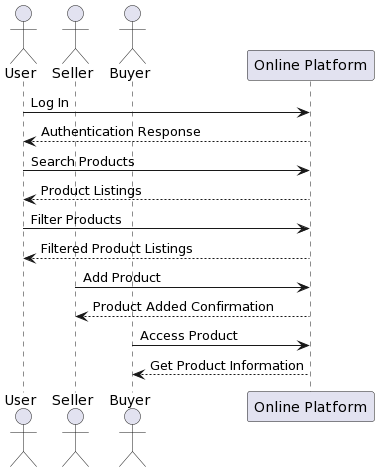
Earlier version of the PlantUML export 2nd iteration/Black box sequence diagram.png (zakariaCHOUKRI/Organic-Marketplace).
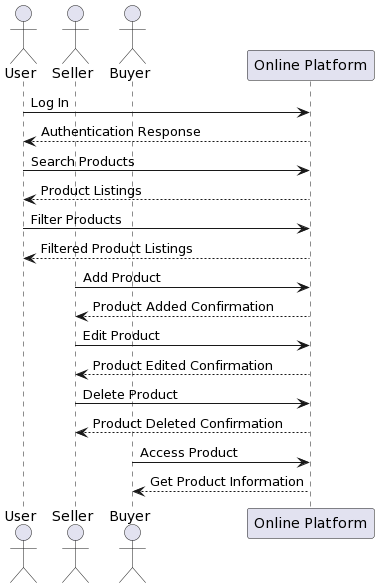
After the commit.

What changed in the source:
```diff
@@ -16,6 +16,12 @@
 Seller -> Platform: Add Product
 Platform --> Seller: Product Added Confirmation
 
+Seller -> Platform: Edit Product
+Platform --> Seller: Product Edited Confirmation
+
+Seller -> Platform: Delete Product
+Platform --> Seller: Product Deleted Confirmation
+
 Buyer -> Platform: Access Product
 Platform --> Buyer: Get Product Information
 @enduml
```
